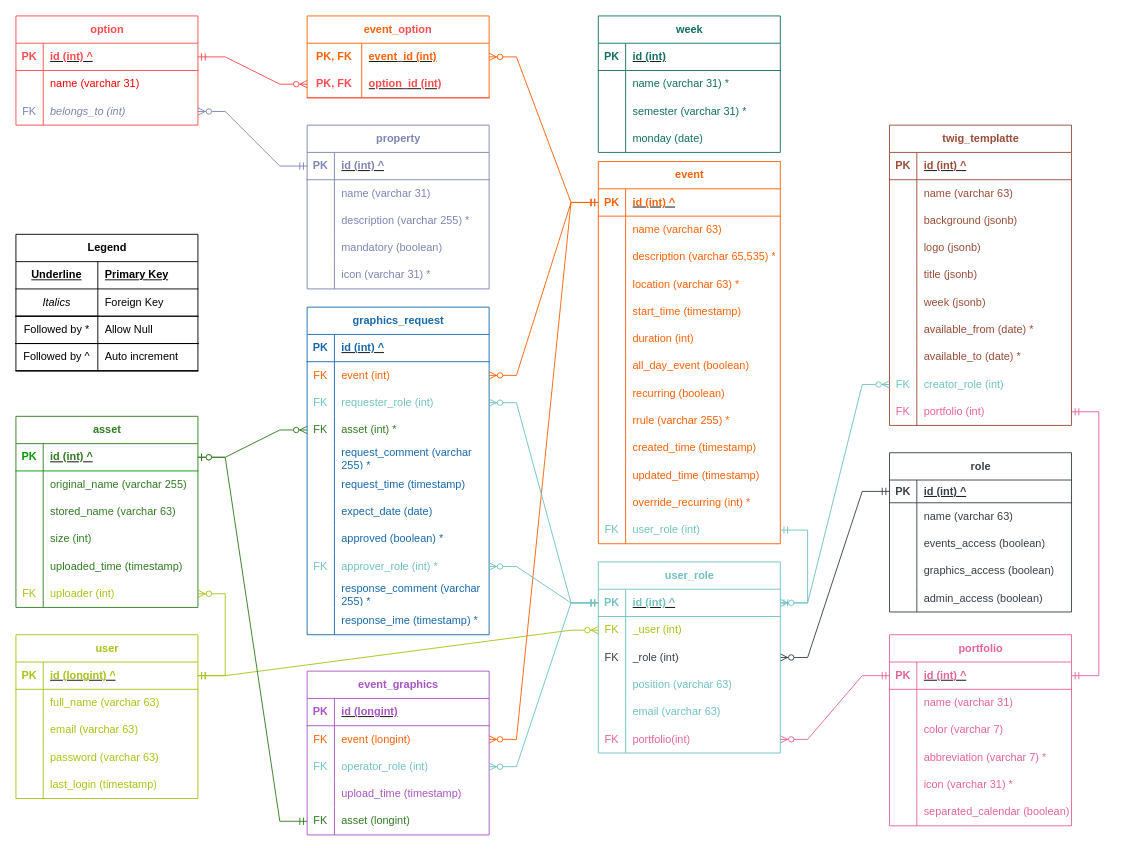
The draw.io diagram design/eTWIG.ER.drawio in stewebb/eTWIG, before the edit. Source tidied: cells renumbered, new cells numbered last; positions are measured from the earlier drawing's top-left corner, leaving out a move shared by most shapes. Both pictures are drawn from the tidied source at 91%, with x=0, y=0 at pixel (15, 15).
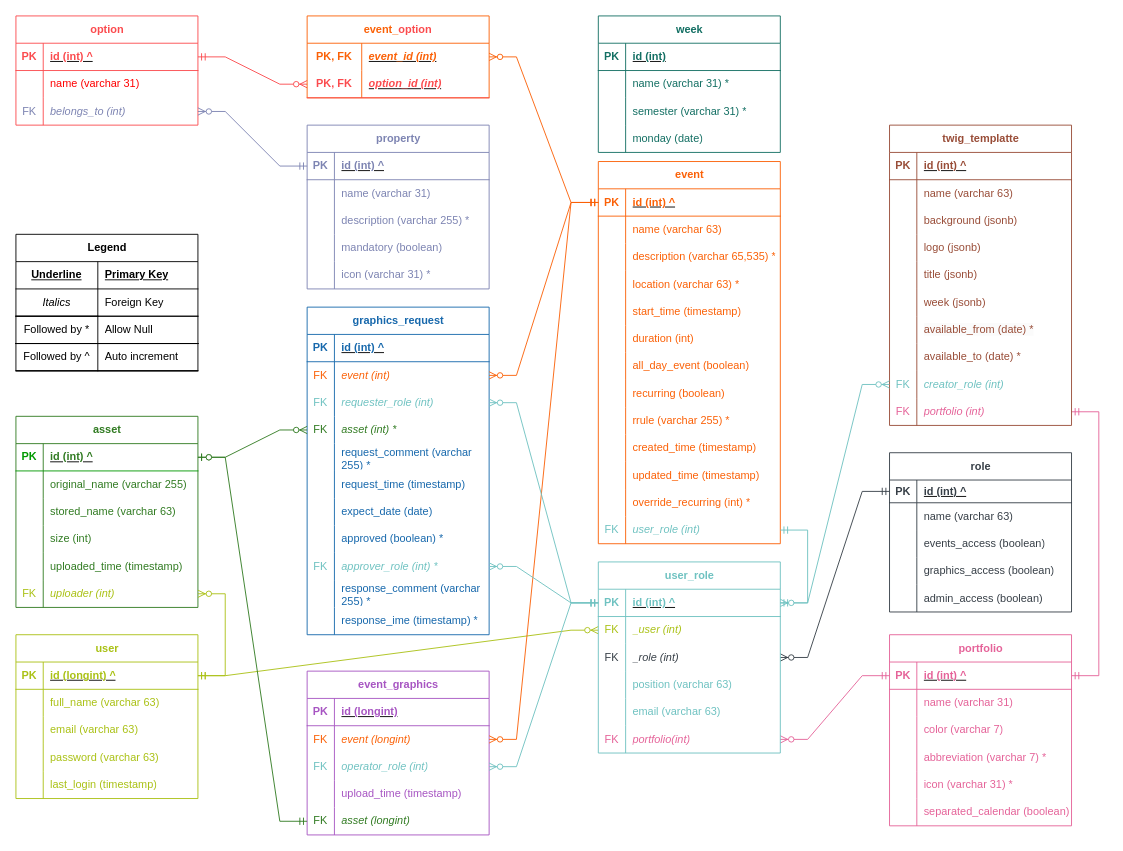
The same diagram, later.

Unchanged cells that the change refers to:
```xml
<mxCell id="108" style="shape=tableRow;horizontal=0;startSize=0;swimlaneHead=0;swimlaneBody=0;fillColor=none;points=[[0,0.5],[1,0.5]];portConstraint=eastwest;top=0;left=0;right=0;bottom=0;html=1;" parent="107" vertex="1">
  <mxGeometry y="30" width="200" height="30" as="geometry" />
</mxCell>
<mxCell id="111" style="shape=tableRow;horizontal=0;startSize=0;swimlaneHead=0;swimlaneBody=0;fillColor=none;points=[[0,0.5],[1,0.5]];portConstraint=eastwest;top=0;left=0;right=0;bottom=1;html=1;strokeColor=#FB4B4E;" parent="107" vertex="1">
  <mxGeometry y="60" width="200" height="30" as="geometry" />
</mxCell>
<mxCell id="152" style="shape=tableRow;horizontal=0;startSize=0;swimlaneHead=0;swimlaneBody=0;fillColor=none;points=[[0,0.5],[1,0.5]];portConstraint=eastwest;top=0;left=0;right=0;bottom=0;" parent="115" vertex="1">
  <mxGeometry y="390" width="200" height="30" as="geometry" />
</mxCell>
<mxCell id="161" style="shape=tableRow;horizontal=0;startSize=0;swimlaneHead=0;swimlaneBody=0;fillColor=none;points=[[0,0.5],[1,0.5]];portConstraint=eastwest;top=0;left=0;right=0;bottom=0;" parent="157" vertex="1">
  <mxGeometry y="60" width="200" height="30" as="geometry" />
</mxCell>
<mxCell id="164" style="shape=tableRow;horizontal=0;startSize=0;swimlaneHead=0;swimlaneBody=0;fillColor=none;points=[[0,0.5],[1,0.5]];portConstraint=eastwest;top=0;left=0;right=0;bottom=0;" parent="157" vertex="1">
  <mxGeometry y="90" width="200" height="30" as="geometry" />
</mxCell>
<mxCell id="170" style="shape=tableRow;horizontal=0;startSize=0;swimlaneHead=0;swimlaneBody=0;fillColor=none;points=[[0,0.5],[1,0.5]];portConstraint=eastwest;top=0;left=0;right=0;bottom=0;" parent="157" vertex="1">
  <mxGeometry y="150" width="200" height="30" as="geometry" />
</mxCell>
<mxCell id="191" style="shape=tableRow;horizontal=0;startSize=0;swimlaneHead=0;swimlaneBody=0;fillColor=none;points=[[0,0.5],[1,0.5]];portConstraint=eastwest;top=0;left=0;right=0;bottom=0;" parent="175" vertex="1">
  <mxGeometry y="180" width="200" height="30" as="geometry" />
</mxCell>
<mxCell id="222" style="shape=tableRow;horizontal=0;startSize=0;swimlaneHead=0;swimlaneBody=0;fillColor=none;points=[[0,0.5],[1,0.5]];portConstraint=eastwest;top=0;left=0;right=0;bottom=0;" parent="197" vertex="1">
  <mxGeometry y="270" width="200" height="30" as="geometry" />
</mxCell>
<mxCell id="225" style="shape=tableRow;horizontal=0;startSize=0;swimlaneHead=0;swimlaneBody=0;fillColor=none;points=[[0,0.5],[1,0.5]];portConstraint=eastwest;top=0;left=0;right=0;bottom=0;" parent="197" vertex="1">
  <mxGeometry y="300" width="200" height="30" as="geometry" />
</mxCell>
<mxCell id="233" style="shape=tableRow;horizontal=0;startSize=0;swimlaneHead=0;swimlaneBody=0;fillColor=none;points=[[0,0.5],[1,0.5]];portConstraint=eastwest;top=0;left=0;right=0;bottom=0;strokeColor=inherit;" parent="229" vertex="1">
  <mxGeometry y="60" width="200" height="30" as="geometry" />
</mxCell>
<mxCell id="236" style="shape=tableRow;horizontal=0;startSize=0;swimlaneHead=0;swimlaneBody=0;fillColor=none;points=[[0,0.5],[1,0.5]];portConstraint=eastwest;top=0;left=0;right=0;bottom=0;" parent="229" vertex="1">
  <mxGeometry y="90" width="200" height="30" as="geometry" />
</mxCell>
<mxCell id="239" style="shape=tableRow;horizontal=0;startSize=0;swimlaneHead=0;swimlaneBody=0;fillColor=none;points=[[0,0.5],[1,0.5]];portConstraint=eastwest;top=0;left=0;right=0;bottom=0;" parent="229" vertex="1">
  <mxGeometry y="120" width="200" height="30" as="geometry" />
</mxCell>
<mxCell id="254" style="shape=tableRow;horizontal=0;startSize=0;swimlaneHead=0;swimlaneBody=0;fillColor=none;points=[[0,0.5],[1,0.5]];portConstraint=eastwest;top=0;left=0;right=0;bottom=0;" parent="229" vertex="1">
  <mxGeometry y="270" width="200" height="30" as="geometry" />
</mxCell>
<mxCell id="272" style="shape=tableRow;horizontal=0;startSize=0;swimlaneHead=0;swimlaneBody=0;fillColor=none;points=[[0,0.5],[1,0.5]];portConstraint=eastwest;top=0;left=0;right=0;bottom=0;strokeColor=#009900;" parent="268" vertex="1">
  <mxGeometry y="60" width="200" height="30" as="geometry" />
</mxCell>
<mxCell id="275" style="shape=tableRow;horizontal=0;startSize=0;swimlaneHead=0;swimlaneBody=0;fillColor=none;points=[[0,0.5],[1,0.5]];portConstraint=eastwest;top=0;left=0;right=0;bottom=0;" parent="268" vertex="1">
  <mxGeometry y="90" width="200" height="30" as="geometry" />
</mxCell>
<mxCell id="284" style="shape=tableRow;horizontal=0;startSize=0;swimlaneHead=0;swimlaneBody=0;fillColor=none;points=[[0,0.5],[1,0.5]];portConstraint=eastwest;top=0;left=0;right=0;bottom=0;" parent="268" vertex="1">
  <mxGeometry y="180" width="200" height="30" as="geometry" />
</mxCell>
```

What changed in the source:
```diff
@@
-    <mxCell id="110" value="&lt;font color=&quot;#fb6107&quot;&gt;event_id (int)&lt;/font&gt;" style="shape=partialRectangle;fillColor=none;top=0;left=0;bottom=0;right=0;align=left;spacingLeft=6;fontStyle=5;overflow=hidden;html=1;whiteSpace=wrap;" parent="108" vertex="1">
+    <mxCell id="110" value="&lt;font color=&quot;#fb6107&quot;&gt;&lt;i&gt;event_id (int)&lt;/i&gt;&lt;/font&gt;" style="shape=partialRectangle;fillColor=none;top=0;left=0;bottom=0;right=0;align=left;spacingLeft=6;fontStyle=5;overflow=hidden;html=1;whiteSpace=wrap;" parent="108" vertex="1">
       <mxGeometry x="60" width="140" height="30" as="geometry" />
     </mxCell>
@@
-    <mxCell id="113" value="&lt;font color=&quot;#fb4b4e&quot;&gt;option_id (int)&lt;/font&gt;" style="shape=partialRectangle;fillColor=none;top=0;left=0;bottom=0;right=0;align=left;spacingLeft=6;fontStyle=5;overflow=hidden;html=1;whiteSpace=wrap;strokeColor=#FF0000;" parent="111" vertex="1">
+    <mxCell id="113" value="&lt;font color=&quot;#fb4b4e&quot;&gt;&lt;i&gt;option_id (int)&lt;/i&gt;&lt;/font&gt;" style="shape=partialRectangle;fillColor=none;top=0;left=0;bottom=0;right=0;align=left;spacingLeft=6;fontStyle=5;overflow=hidden;html=1;whiteSpace=wrap;strokeColor=#FF0000;" parent="111" vertex="1">
       <mxGeometry x="60" width="140" height="30" as="geometry" />
     </mxCell>
@@
-    <mxCell id="154" value="&lt;div&gt;&lt;font color=&quot;#6fc2c1&quot;&gt;user_role (int)&lt;/font&gt;&lt;/div&gt;" style="shape=partialRectangle;fillColor=none;top=0;left=0;bottom=0;right=0;align=left;spacingLeft=6;overflow=hidden;whiteSpace=wrap;html=1;" parent="152" vertex="1">
+    <mxCell id="154" value="&lt;div&gt;&lt;font color=&quot;#6fc2c1&quot;&gt;&lt;i&gt;user_role (int)&lt;/i&gt;&lt;/font&gt;&lt;/div&gt;" style="shape=partialRectangle;fillColor=none;top=0;left=0;bottom=0;right=0;align=left;spacingLeft=6;overflow=hidden;whiteSpace=wrap;html=1;" parent="152" vertex="1">
       <mxGeometry x="30" width="170" height="30" as="geometry" />
     </mxCell>
@@
-    <mxCell id="163" value="&lt;font color=&quot;#fb6107&quot;&gt;event (longint)&lt;/font&gt;" style="shape=partialRectangle;fillColor=none;top=0;left=0;bottom=0;right=0;align=left;spacingLeft=6;overflow=hidden;whiteSpace=wrap;html=1;strokeColor=inherit;" parent="161" vertex="1">
+    <mxCell id="163" value="&lt;font color=&quot;#fb6107&quot;&gt;&lt;i&gt;event (longint)&lt;/i&gt;&lt;/font&gt;" style="shape=partialRectangle;fillColor=none;top=0;left=0;bottom=0;right=0;align=left;spacingLeft=6;overflow=hidden;whiteSpace=wrap;html=1;strokeColor=inherit;" parent="161" vertex="1">
       <mxGeometry x="30" width="170" height="30" as="geometry" />
     </mxCell>
@@
-    <mxCell id="166" value="&lt;font color=&quot;#6fc2c1&quot;&gt;operator_role (int)&lt;/font&gt;" style="shape=partialRectangle;fillColor=none;top=0;left=0;bottom=0;right=0;align=left;spacingLeft=6;overflow=hidden;whiteSpace=wrap;html=1;" parent="164" vertex="1">
+    <mxCell id="166" value="&lt;font color=&quot;#6fc2c1&quot;&gt;&lt;i&gt;operator_role (int)&lt;/i&gt;&lt;/font&gt;" style="shape=partialRectangle;fillColor=none;top=0;left=0;bottom=0;right=0;align=left;spacingLeft=6;overflow=hidden;whiteSpace=wrap;html=1;" parent="164" vertex="1">
       <mxGeometry x="30" width="170" height="30" as="geometry" />
     </mxCell>
@@
-    <mxCell id="172" value="&lt;font color=&quot;#317b22&quot;&gt;asset (longint)&lt;/font&gt;" style="shape=partialRectangle;fillColor=none;top=0;left=0;bottom=0;right=0;align=left;spacingLeft=6;overflow=hidden;whiteSpace=wrap;html=1;" parent="170" vertex="1">
+    <mxCell id="172" value="&lt;font color=&quot;#317b22&quot;&gt;&lt;i&gt;asset (longint)&lt;/i&gt;&lt;/font&gt;" style="shape=partialRectangle;fillColor=none;top=0;left=0;bottom=0;right=0;align=left;spacingLeft=6;overflow=hidden;whiteSpace=wrap;html=1;" parent="170" vertex="1">
       <mxGeometry x="30" width="170" height="30" as="geometry" />
     </mxCell>
@@
-    <mxCell id="193" value="&lt;font color=&quot;#aac115&quot;&gt;uploader (int)&lt;/font&gt;" style="shape=partialRectangle;fillColor=none;top=0;left=0;bottom=0;right=0;align=left;spacingLeft=6;overflow=hidden;whiteSpace=wrap;html=1;" parent="191" vertex="1">
+    <mxCell id="193" value="&lt;font color=&quot;#aac115&quot;&gt;&lt;i&gt;uploader (int)&lt;/i&gt;&lt;/font&gt;" style="shape=partialRectangle;fillColor=none;top=0;left=0;bottom=0;right=0;align=left;spacingLeft=6;overflow=hidden;whiteSpace=wrap;html=1;" parent="191" vertex="1">
       <mxGeometry x="30" width="170" height="30" as="geometry" />
     </mxCell>
@@
-    <mxCell id="224" value="&lt;font color=&quot;#6fc2c1&quot;&gt;creator_role&amp;nbsp;(int)&lt;/font&gt;" style="shape=partialRectangle;fillColor=none;top=0;left=0;bottom=0;right=0;align=left;spacingLeft=6;overflow=hidden;whiteSpace=wrap;html=1;" parent="222" vertex="1">
+    <mxCell id="224" value="&lt;font color=&quot;#6fc2c1&quot;&gt;&lt;i&gt;creator_role&amp;nbsp;(int)&lt;/i&gt;&lt;/font&gt;" style="shape=partialRectangle;fillColor=none;top=0;left=0;bottom=0;right=0;align=left;spacingLeft=6;overflow=hidden;whiteSpace=wrap;html=1;" parent="222" vertex="1">
       <mxGeometry x="30" width="170" height="30" as="geometry" />
     </mxCell>
@@
-    <mxCell id="227" value="&lt;font color=&quot;#e56399&quot;&gt;portfolio (int)&lt;/font&gt;" style="shape=partialRectangle;fillColor=none;top=0;left=0;bottom=0;right=0;align=left;spacingLeft=6;overflow=hidden;whiteSpace=wrap;html=1;" parent="225" vertex="1">
+    <mxCell id="227" value="&lt;font color=&quot;#e56399&quot;&gt;&lt;i&gt;portfolio (int)&lt;/i&gt;&lt;/font&gt;" style="shape=partialRectangle;fillColor=none;top=0;left=0;bottom=0;right=0;align=left;spacingLeft=6;overflow=hidden;whiteSpace=wrap;html=1;" parent="225" vertex="1">
       <mxGeometry x="30" width="170" height="30" as="geometry" />
     </mxCell>
@@
-    <mxCell id="235" value="&lt;font color=&quot;#fb6107&quot;&gt;event (int)&lt;/font&gt;" style="shape=partialRectangle;fillColor=none;top=0;left=0;bottom=0;right=0;align=left;spacingLeft=6;overflow=hidden;whiteSpace=wrap;html=1;strokeColor=inherit;" parent="233" vertex="1">
+    <mxCell id="235" value="&lt;font color=&quot;#fb6107&quot;&gt;&lt;i&gt;event (int)&lt;/i&gt;&lt;/font&gt;" style="shape=partialRectangle;fillColor=none;top=0;left=0;bottom=0;right=0;align=left;spacingLeft=6;overflow=hidden;whiteSpace=wrap;html=1;strokeColor=inherit;" parent="233" vertex="1">
       <mxGeometry x="30" width="170" height="30" as="geometry" />
     </mxCell>
@@
-    <mxCell id="238" value="&lt;font color=&quot;#6fc2c1&quot;&gt;requester_role (int)&lt;/font&gt;" style="shape=partialRectangle;fillColor=none;top=0;left=0;bottom=0;right=0;align=left;spacingLeft=6;overflow=hidden;whiteSpace=wrap;html=1;" parent="236" vertex="1">
+    <mxCell id="238" value="&lt;font color=&quot;#6fc2c1&quot;&gt;&lt;i&gt;requester_role (int)&lt;/i&gt;&lt;/font&gt;" style="shape=partialRectangle;fillColor=none;top=0;left=0;bottom=0;right=0;align=left;spacingLeft=6;overflow=hidden;whiteSpace=wrap;html=1;" parent="236" vertex="1">
       <mxGeometry x="30" width="170" height="30" as="geometry" />
     </mxCell>
@@
-    <mxCell id="241" value="&lt;font color=&quot;#317b22&quot;&gt;asset (int) *&lt;/font&gt;" style="shape=partialRectangle;fillColor=none;top=0;left=0;bottom=0;right=0;align=left;spacingLeft=6;overflow=hidden;whiteSpace=wrap;html=1;" parent="239" vertex="1">
+    <mxCell id="241" value="&lt;font color=&quot;#317b22&quot;&gt;&lt;i&gt;asset (int) *&lt;/i&gt;&lt;/font&gt;" style="shape=partialRectangle;fillColor=none;top=0;left=0;bottom=0;right=0;align=left;spacingLeft=6;overflow=hidden;whiteSpace=wrap;html=1;" parent="239" vertex="1">
       <mxGeometry x="30" width="170" height="30" as="geometry" />
     </mxCell>
@@
-    <mxCell id="256" value="&lt;font color=&quot;#6fc2c1&quot;&gt;approver_role (int) *&lt;/font&gt;" style="shape=partialRectangle;fillColor=none;top=0;left=0;bottom=0;right=0;align=left;spacingLeft=6;overflow=hidden;whiteSpace=wrap;html=1;" parent="254" vertex="1">
+    <mxCell id="256" value="&lt;font color=&quot;#6fc2c1&quot;&gt;&lt;i&gt;approver_role (int) *&lt;/i&gt;&lt;/font&gt;" style="shape=partialRectangle;fillColor=none;top=0;left=0;bottom=0;right=0;align=left;spacingLeft=6;overflow=hidden;whiteSpace=wrap;html=1;" parent="254" vertex="1">
       <mxGeometry x="30" width="170" height="30" as="geometry" />
     </mxCell>
@@
-    <mxCell id="274" value="&lt;font color=&quot;#aac115&quot;&gt;_user (int)&lt;/font&gt;" style="shape=partialRectangle;fillColor=none;top=0;left=0;bottom=0;right=0;align=left;spacingLeft=6;overflow=hidden;whiteSpace=wrap;html=1;strokeColor=#6FC2C1;" parent="272" vertex="1">
+    <mxCell id="274" value="&lt;font color=&quot;#aac115&quot;&gt;&lt;i&gt;_user (int)&lt;/i&gt;&lt;/font&gt;" style="shape=partialRectangle;fillColor=none;top=0;left=0;bottom=0;right=0;align=left;spacingLeft=6;overflow=hidden;whiteSpace=wrap;html=1;strokeColor=#6FC2C1;" parent="272" vertex="1">
       <mxGeometry x="30" width="170" height="30" as="geometry" />
     </mxCell>
@@
-    <mxCell id="277" value="&lt;font color=&quot;#373f47&quot;&gt;_role (int)&lt;/font&gt;" style="shape=partialRectangle;fillColor=none;top=0;left=0;bottom=0;right=0;align=left;spacingLeft=6;overflow=hidden;whiteSpace=wrap;html=1;" parent="275" vertex="1">
+    <mxCell id="277" value="&lt;font color=&quot;#373f47&quot;&gt;&lt;i&gt;_role (int)&lt;/i&gt;&lt;/font&gt;" style="shape=partialRectangle;fillColor=none;top=0;left=0;bottom=0;right=0;align=left;spacingLeft=6;overflow=hidden;whiteSpace=wrap;html=1;" parent="275" vertex="1">
       <mxGeometry x="30" width="170" height="30" as="geometry" />
     </mxCell>
@@
-    <mxCell id="286" value="&lt;font color=&quot;#e56399&quot;&gt;portfolio(int)&lt;/font&gt;" style="shape=partialRectangle;fillColor=none;top=0;left=0;bottom=0;right=0;align=left;spacingLeft=6;overflow=hidden;whiteSpace=wrap;html=1;" parent="284" vertex="1">
+    <mxCell id="286" value="&lt;font color=&quot;#e56399&quot;&gt;&lt;i&gt;portfolio(int)&lt;/i&gt;&lt;/font&gt;" style="shape=partialRectangle;fillColor=none;top=0;left=0;bottom=0;right=0;align=left;spacingLeft=6;overflow=hidden;whiteSpace=wrap;html=1;" parent="284" vertex="1">
       <mxGeometry x="30" width="170" height="30" as="geometry" />
     </mxCell>
```
